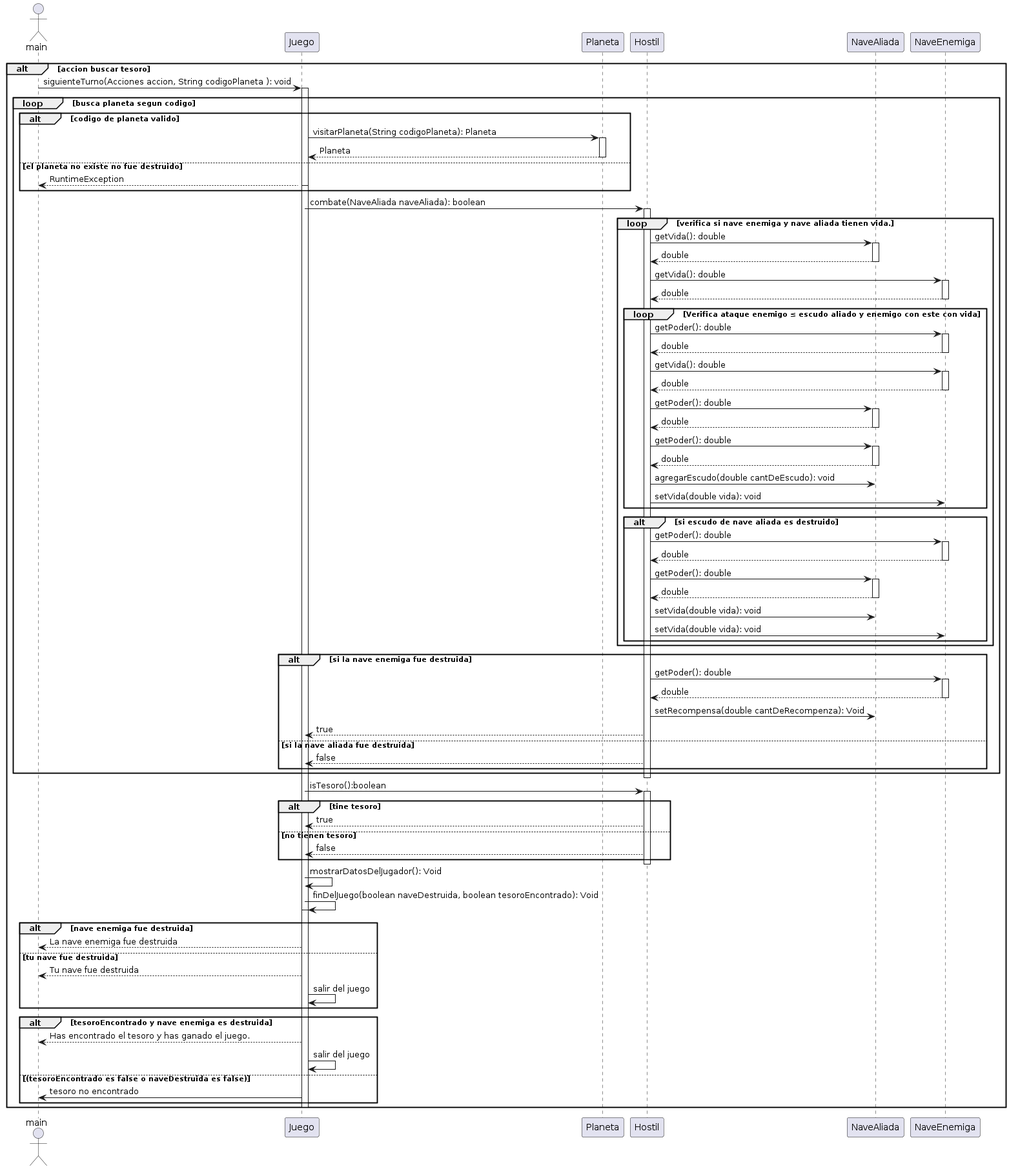
The PlantUML diagram src/main/java/org/example/Diagrams/DiagramaDeSecuenciaCombate.png in ianlio-git/LostGalaxy, before a commit. The source it was exported from:
```plantuml
@startuml
actor main

alt accion buscar tesoro

main->Juego: siguienteTurno(Acciones accion, String codigoPlaneta ): void
activate Juego
    loop busca planeta segun codigo
        alt codigo de planeta valido
            activate Juego
                Juego -> Planeta: visitarPlaneta(String codigoPlaneta): Planeta
            activate Planeta
                Planeta --> Juego: Planeta
            deactivate Planeta
        else el planeta no existe no fue destruido
                Juego --> main : RuntimeException
            deactivate Juego
end
Juego -> Hostil: combate(NaveAliada naveAliada): boolean
activate Hostil
    loop verifica si nave enemiga y nave aliada tienen vida.

        Hostil -> NaveAliada: getVida(): double
        activate NaveAliada
        NaveAliada --> Hostil: double
        deactivate NaveAliada

        Hostil -> NaveEnemiga: getVida(): double
        activate NaveEnemiga
        NaveEnemiga --> Hostil: double
        deactivate NaveEnemiga

            loop Verifica ataque enemigo ≤ escudo aliado y enemigo con este con vida

                Hostil -> NaveEnemiga: getPoder(): double
                activate NaveEnemiga
                NaveEnemiga --> Hostil: double
                deactivate NaveEnemiga

                Hostil -> NaveEnemiga: getVida(): double
                activate NaveEnemiga
                NaveEnemiga --> Hostil: double
                deactivate NaveEnemiga

                Hostil -> NaveAliada: getPoder(): double
                activate NaveAliada
                NaveAliada --> Hostil: double
                deactivate NaveAliada

                Hostil -> NaveAliada: getPoder(): double
                activate NaveAliada
                NaveAliada --> Hostil: double
                deactivate NaveAliada

                Hostil -> NaveAliada: agregarEscudo(double cantDeEscudo): void
                Hostil -> NaveEnemiga: setVida(double vida): void
            end
            alt si escudo de nave aliada es destruido

                Hostil -> NaveEnemiga: getPoder(): double
                activate NaveEnemiga
                NaveEnemiga --> Hostil: double
                deactivate NaveEnemiga

                Hostil -> NaveAliada: getPoder(): double
                activate NaveAliada
                NaveAliada --> Hostil: double
                deactivate NaveAliada
                Hostil -> NaveAliada: setVida(double vida): void
                Hostil -> NaveEnemiga: setVida(double vida): void
            end
    end
    alt si la nave enemiga fue destruida
        Hostil -> NaveEnemiga: getPoder(): double
        activate NaveEnemiga
        NaveEnemiga --> Hostil: double
        deactivate NaveEnemiga
        Hostil -> NaveAliada: setRecompensa(double cantDeRecompenza): Void
        Hostil --> Juego : true
    else si la nave aliada fue destruida
        Hostil --> Juego : false
    end
    end
deactivate Hostil

Juego -> Hostil: isTesoro():boolean
    activate Hostil
    alt tine tesoro
        Hostil-->Juego: true
    else no tienen tesoro
        Hostil-->Juego: false
    end
    deactivate Hostil

Juego->Juego: mostrarDatosDelJugador(): Void
Juego->Juego: finDelJuego(boolean naveDestruida, boolean tesoroEncontrado): Void
activate Juego
    alt nave enemiga fue destruida
        Juego --> main: La nave enemiga fue destruida
    else tu nave fue destruida
        Juego --> main: Tu nave fue destruida
        Juego -> Juego: salir del juego
    end

    alt tesoroEncontrado y nave enemiga es destruida
        Juego --> main: Has encontrado el tesoro y has ganado el juego.
        Juego -> Juego: salir del juego
    else (tesoroEncontrado es false o naveDestruida es false)
        Juego -> main: tesoro no encontrado
    end
deactivate Juego
deactivate Juego
end
@enduml
```
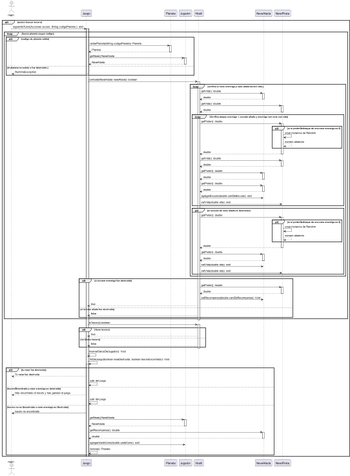
After the commit.

Commit message:
basta de diagramas

Change to the diagram source:
```diff
@@ -7,15 +7,23 @@
 activate Juego
     loop busca planeta segun codigo
         alt codigo de planeta valido
+
             activate Juego
                 Juego -> Planeta: visitarPlaneta(String codigoPlaneta): Planeta
             activate Planeta
                 Planeta --> Juego: Planeta
             deactivate Planeta
-        else el planeta no existe no fue destruido
+
+            Juego -> Jugador : getNave():NaveAliada
+            activate Jugador
+            Jugador -->Juego: NaveAliada
+            deactivate Jugador
+
+        else el planeta no existe o fue destruido.
                 Juego --> main : RuntimeException
             deactivate Juego
-end
+    end
+
 Juego -> Hostil: combate(NaveAliada naveAliada): boolean
 activate Hostil
     loop verifica si nave enemiga y nave aliada tienen vida.
@@ -25,22 +33,26 @@
         NaveAliada --> Hostil: double
         deactivate NaveAliada
 
-        Hostil -> NaveEnemiga: getVida(): double
-        activate NaveEnemiga
-        NaveEnemiga --> Hostil: double
-        deactivate NaveEnemiga
+        Hostil -> NavePirata: getVida(): double
+        activate NavePirata
+        NavePirata --> Hostil: double
+        deactivate NavePirata
 
             loop Verifica ataque enemigo ≤ escudo aliado y enemigo con este con vida
 
-                Hostil -> NaveEnemiga: getPoder(): double
-                activate NaveEnemiga
-                NaveEnemiga --> Hostil: double
-                deactivate NaveEnemiga
+                Hostil -> NavePirata: getPoder(): double
+                activate NavePirata
+                alt si el poderDeAtaque de una nave enemiga es 0
+                    NavePirata -> NavePirata: crear instancia de Random
+                    NavePirata --> NavePirata: número aleatorio
+                end
+                NavePirata --> Hostil: double
+                deactivate NavePirata
 
-                Hostil -> NaveEnemiga: getVida(): double
-                activate NaveEnemiga
-                NaveEnemiga --> Hostil: double
-                deactivate NaveEnemiga
+                Hostil -> NavePirata: getVida(): double
+                activate NavePirata
+                NavePirata --> Hostil: double
+                deactivate NavePirata
 
                 Hostil -> NaveAliada: getPoder(): double
                 activate NaveAliada
@@ -53,28 +65,32 @@
                 deactivate NaveAliada
 
                 Hostil -> NaveAliada: agregarEscudo(double cantDeEscudo): void
-                Hostil -> NaveEnemiga: setVida(double vida): void
+                Hostil -> NavePirata: setVida(double vida): void
             end
             alt si escudo de nave aliada es destruido
 
-                Hostil -> NaveEnemiga: getPoder(): double
-                activate NaveEnemiga
-                NaveEnemiga --> Hostil: double
-                deactivate NaveEnemiga
+                Hostil -> NavePirata: getPoder(): double
+                activate NavePirata
+                    alt si el poderDeAtaque de una nave enemiga es 0
+                        NavePirata -> NavePirata: crear instancia de Random
+                        NavePirata --> NavePirata: número aleatorio
+                    end
+                    NavePirata --> Hostil: double
+                deactivate NavePirata
 
                 Hostil -> NaveAliada: getPoder(): double
                 activate NaveAliada
                 NaveAliada --> Hostil: double
                 deactivate NaveAliada
                 Hostil -> NaveAliada: setVida(double vida): void
-                Hostil -> NaveEnemiga: setVida(double vida): void
+                Hostil -> NavePirata: setVida(double vida): void
             end
     end
     alt si la nave enemiga fue destruida
-        Hostil -> NaveEnemiga: getPoder(): double
-        activate NaveEnemiga
-        NaveEnemiga --> Hostil: double
-        deactivate NaveEnemiga
+        Hostil -> NavePirata: getPoder(): double
+        activate NavePirata
+        NavePirata --> Hostil: double
+        deactivate NavePirata
         Hostil -> NaveAliada: setRecompensa(double cantDeRecompenza): Void
         Hostil --> Juego : true
     else si la nave aliada fue destruida
@@ -85,7 +101,7 @@
 
 Juego -> Hostil: isTesoro():boolean
     activate Hostil
-    alt tine tesoro
+    alt tiene tesoro
         Hostil-->Juego: true
     else no tienen tesoro
         Hostil-->Juego: false
@@ -95,18 +111,27 @@
 Juego->Juego: mostrarDatosDelJugador(): Void
 Juego->Juego: finDelJuego(boolean naveDestruida, boolean tesoroEncontrado): Void
 activate Juego
-    alt nave enemiga fue destruida
-        Juego --> main: La nave enemiga fue destruida
-    else tu nave fue destruida
+    alt tu nave fue destruida
         Juego --> main: Tu nave fue destruida
         Juego -> Juego: salir del juego
-    end
 
-    alt tesoroEncontrado y nave enemiga es destruida
+    else tesoroEncontrado y nave enemiga es destruida
         Juego --> main: Has encontrado el tesoro y has ganado el juego.
         Juego -> Juego: salir del juego
-    else (tesoroEncontrado es false o naveDestruida es false)
+
+    else tesoro no es Encontrado o nave enemiga es Destruida
         Juego -> main: tesoro no encontrado
+        Juego -> Jugador : getNave():NaveAliada
+        activate Jugador
+        Jugador -->Juego: NaveAliada
+        deactivate Jugador
+
+        Juego -> NaveAliada: getRecompensa(): double
+        activate NaveAliada
+        NaveAliada --> Juego: double
+        deactivate NaveAliada
+        Juego -> Jugador: agregarUadeCoins(double uadeCoins): void
+        Juego -> Juego: remove(): Planeta
     end
 deactivate Juego
 deactivate Juego
```
